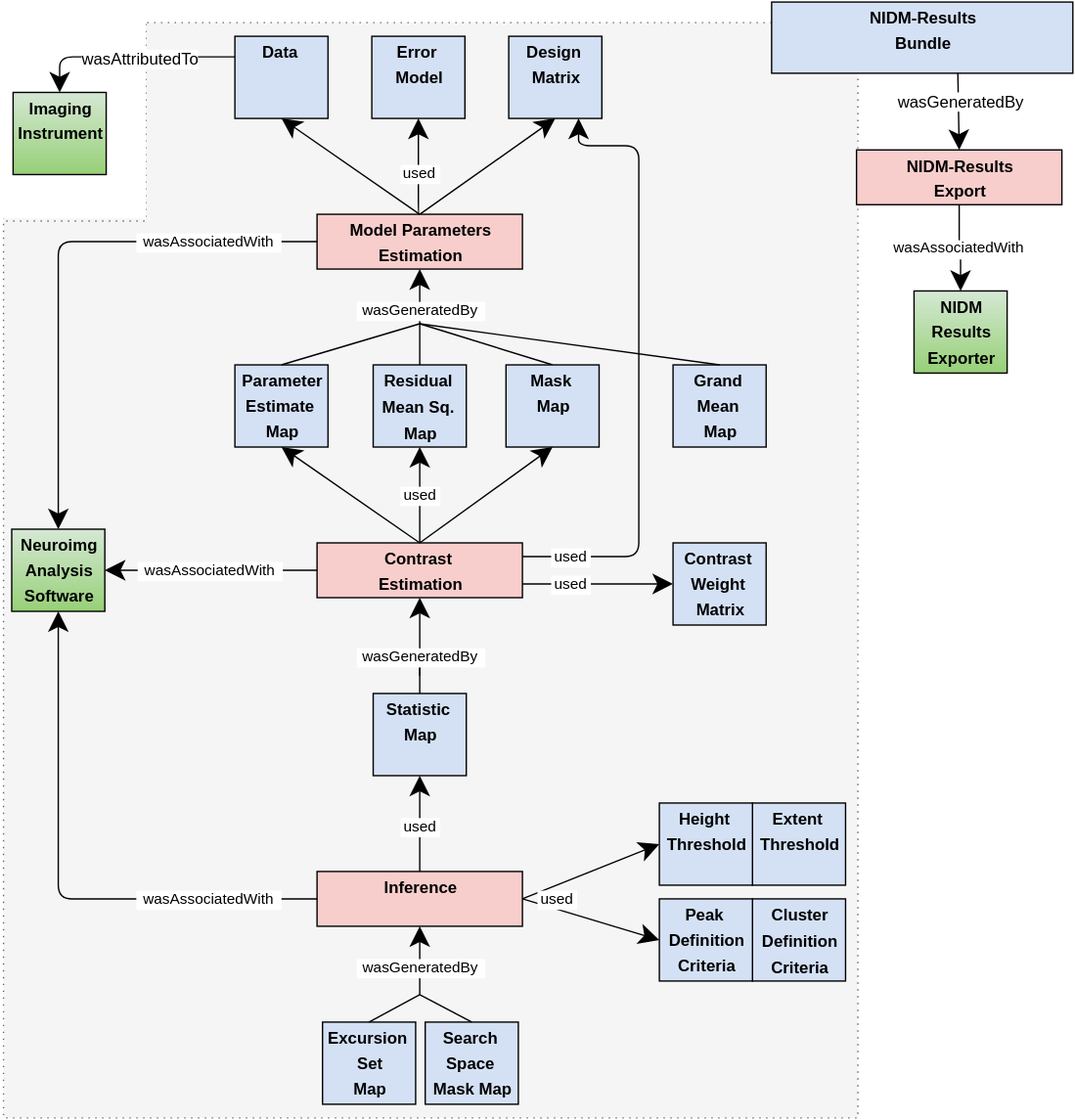
This is doc/content/specs/img/nidm-results_dev/nidm-results-core-uml.svg from incf-nidash/nidm-specs, a draw.io export, as it was before one commit. Source tidied: cells renumbered, new cells last; positions are measured from the earlier drawing's top-left corner, leaving out a move shared by most shapes.
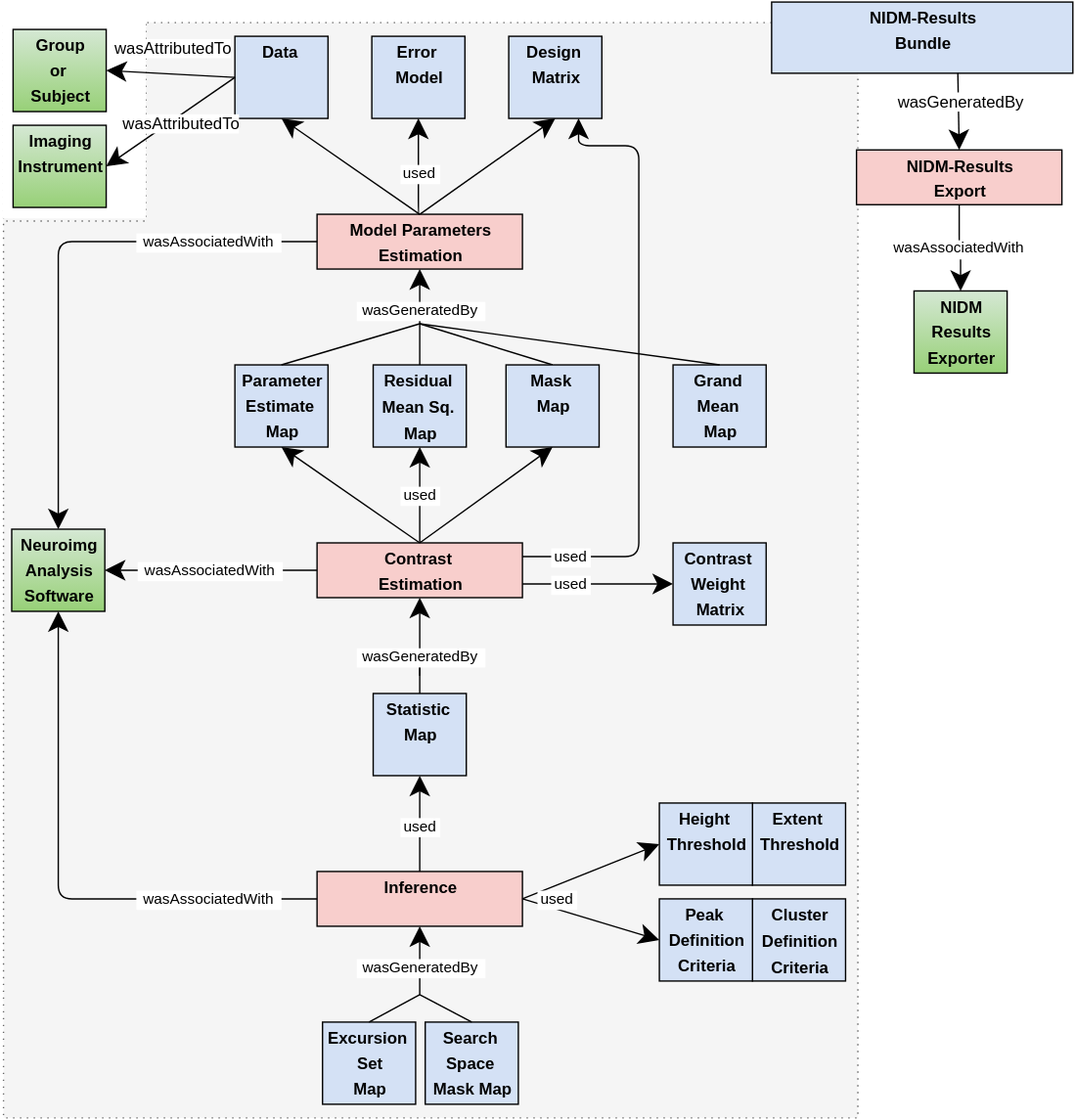
The same file after the commit.

Commit message:
Subject/Group in chart

Diff of the diagram source:
```diff
@@ -211,19 +211,26 @@
       </mxGeometry>
     </mxCell>
     <mxCell id="53" value="&lt;p style=&quot;margin: 0px ; margin-top: 4px ; text-align: center&quot;&gt;&lt;b&gt;Imaging&lt;/b&gt;&lt;/p&gt;&lt;p style=&quot;margin: 0px ; margin-top: 4px ; text-align: center&quot;&gt;&lt;b&gt;Instrument&lt;/b&gt;&lt;/p&gt;&lt;p style=&quot;margin: 0px ; margin-top: 4px ; text-align: center&quot;&gt;&lt;b&gt;&lt;br&gt;&lt;/b&gt;&lt;/p&gt;&lt;hr&gt;&lt;div style=&quot;height: 2px&quot;&gt;&lt;/div&gt;&lt;hr&gt;" style="verticalAlign=top;align=left;overflow=fill;fontSize=12;fontFamily=Helvetica;html=1;plain-green;strokeColor=#000000;" parent="1" vertex="1">
-      <mxGeometry x="8" y="66" width="68" height="60" as="geometry" />
+      <mxGeometry x="8" y="90" width="68" height="60" as="geometry" />
     </mxCell>
-    <mxCell id="54" style="endArrow=classic;endSize=12;startArrow=none;startSize=14;startFill=0;endFill=1;exitX=0;exitY=0.25;entryX=0.5;entryY=0;rounded=1;" parent="1" edge="1" source="9" target="53">
-      <mxGeometry x="229" y="113" as="geometry">
-        <Array as="points">
-          <mxPoint x="42" y="40" />
-        </Array>
-      </mxGeometry>
+    <mxCell id="54" style="endArrow=classic;endSize=12;startArrow=none;startSize=14;startFill=0;endFill=1;exitX=0;exitY=0.5;entryX=1;entryY=0.5;rounded=1;" parent="1" edge="1" source="9" target="53">
+      <mxGeometry x="229" y="113" as="geometry" />
     </mxCell>
     <mxCell id="55" value="&lt;font color=&quot;#000000&quot;&gt;wasAttributedTo&lt;/font&gt;" style="text;html=1;align=center;verticalAlign=middle;labelBackgroundColor=#ffffff;fontColor=#949494;" parent="54" vertex="1">
       <mxGeometry relative="1" as="geometry">
         <mxPoint x="8" as="offset" />
       </mxGeometry>
     </mxCell>
+    <mxCell id="56" value="&lt;p style=&quot;margin: 0px ; margin-top: 4px ; text-align: center&quot;&gt;&lt;b&gt;Group&lt;/b&gt;&lt;/p&gt;&lt;p style=&quot;margin: 0px ; margin-top: 4px ; text-align: center&quot;&gt;&lt;b&gt;or&amp;nbsp;&lt;/b&gt;&lt;/p&gt;&lt;p style=&quot;margin: 0px ; margin-top: 4px ; text-align: center&quot;&gt;&lt;b&gt;Subject&lt;/b&gt;&lt;/p&gt;&lt;p style=&quot;margin: 0px ; margin-top: 4px ; text-align: center&quot;&gt;&lt;b&gt;&lt;br&gt;&lt;/b&gt;&lt;/p&gt;&lt;hr&gt;&lt;div style=&quot;height: 2px&quot;&gt;&lt;/div&gt;&lt;hr&gt;" style="verticalAlign=top;align=left;overflow=fill;fontSize=12;fontFamily=Helvetica;html=1;plain-green;strokeColor=#000000;" parent="1" vertex="1">
+      <mxGeometry x="8" y="20" width="68" height="60" as="geometry" />
+    </mxCell>
+    <mxCell id="57" style="endArrow=classic;endSize=12;startArrow=none;startSize=14;startFill=0;endFill=1;exitX=0;exitY=0.5;entryX=1;entryY=0.5;rounded=1;" parent="1" edge="1" source="9" target="56">
+      <mxGeometry x="239" y="123" as="geometry" />
+    </mxCell>
+    <mxCell id="58" value="&lt;font color=&quot;#000000&quot;&gt;wasAttributedTo&lt;/font&gt;" style="text;html=1;align=center;verticalAlign=middle;labelBackgroundColor=#ffffff;fontColor=#949494;" parent="57" vertex="1">
+      <mxGeometry relative="1" as="geometry">
+        <mxPoint x="2" y="-21" as="offset" />
+      </mxGeometry>
+    </mxCell>
   </root>
 </mxGraphModel>
```
